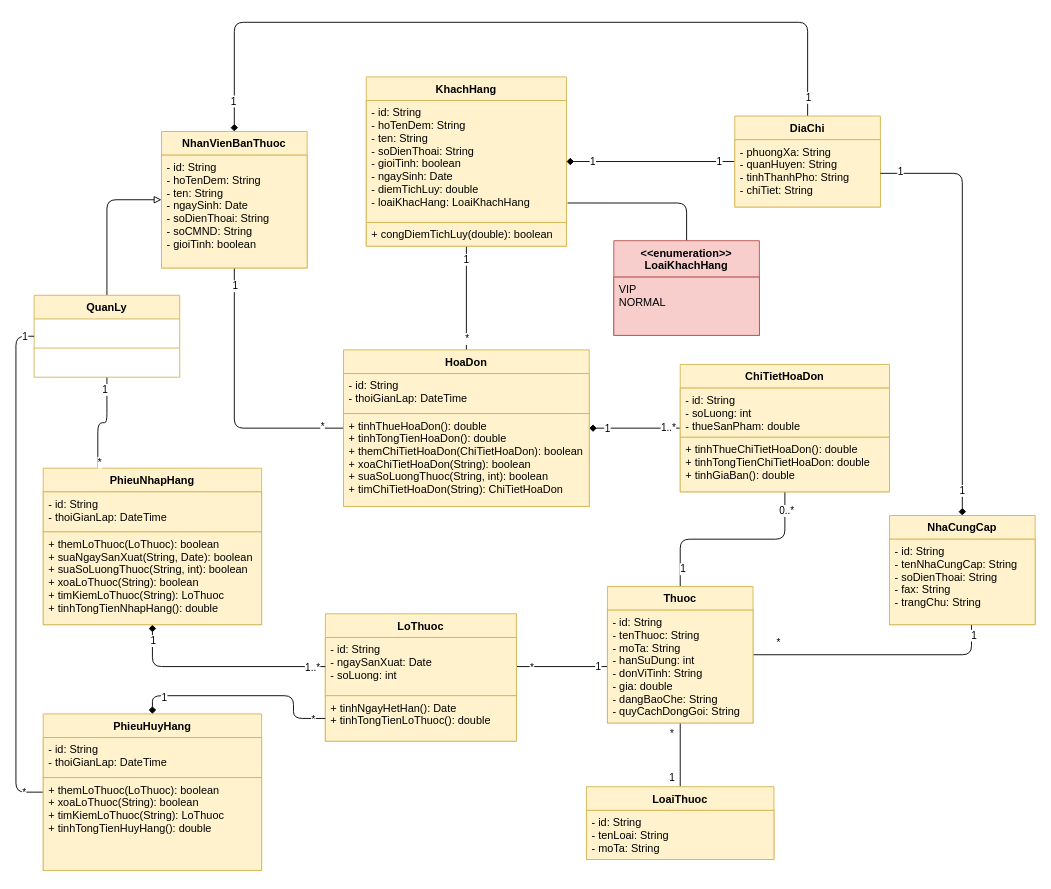
Above: phamarcy_class_diagram.drawio in duchoan6814/Truong-Duc-Hoan (draw.io), before the change. Source tidied: cells renumbered, new cells numbered last; positions are measured from the earlier drawing's top-left corner, leaving out a move shared by most shapes. Both pictures are drawn from the tidied source at 91%, with x=0, y=0 at pixel (34, 22).
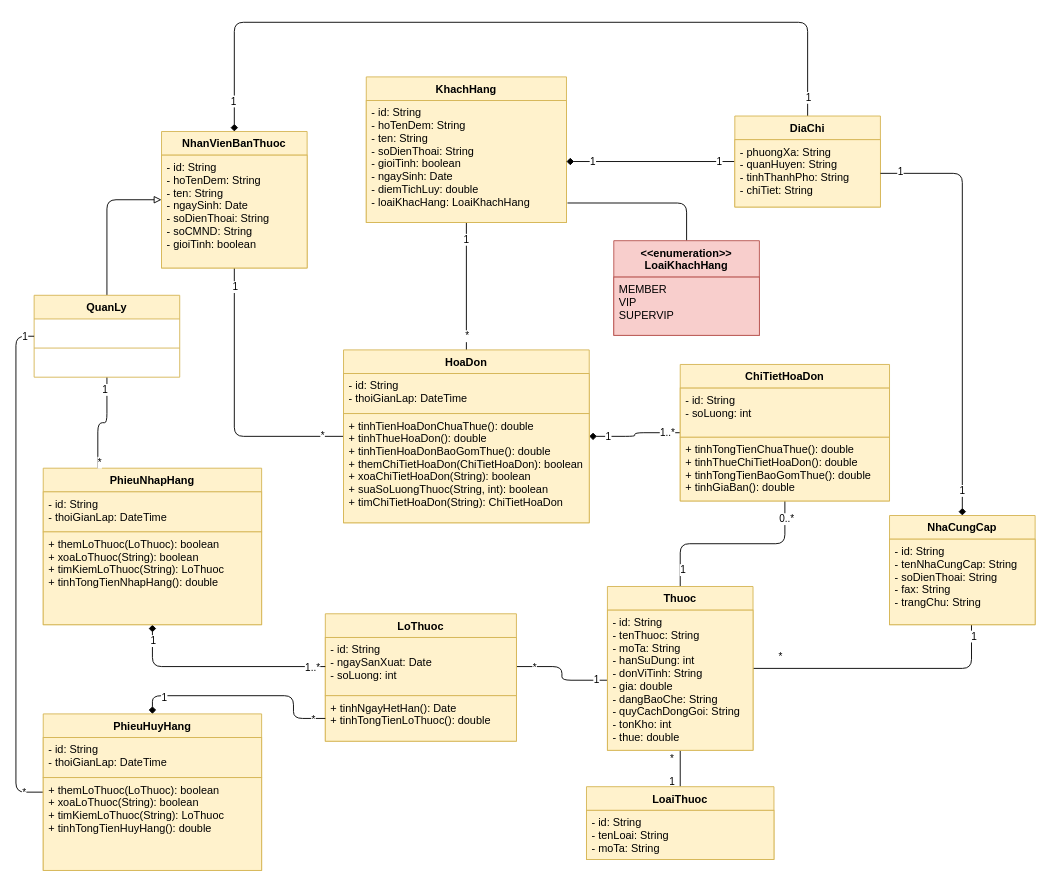
The same page after the edit.

Unchanged cells that the change refers to:
```xml
<mxCell id="44" value="&lt;&lt;enumeration&gt;&gt;&#10;LoaiKhachHang" style="swimlane;fontStyle=1;align=center;verticalAlign=top;horizontal=1;startSize=40;fillColor=#f8cecc;strokeColor=#b85450;" parent="1" vertex="1">
  <mxGeometry x="637" y="240" width="160" height="104" as="geometry" />
</mxCell>
<mxCell id="52" value="PhieuNhapHang" style="swimlane;fontStyle=1;align=center;verticalAlign=top;horizontal=1;startSize=26;fillColor=#fff2cc;strokeColor=#d6b656;" parent="1" vertex="1">
  <mxGeometry x="10" y="490" width="240" height="172" as="geometry" />
</mxCell>
```

Diff of the diagram source:
```diff
@@
     <mxCell id="23" value="KhachHang" style="swimlane;fontStyle=1;align=center;verticalAlign=top;horizontal=1;startSize=26;fillColor=#fff2cc;strokeColor=#d6b656;" parent="1" vertex="1">
-      <mxGeometry x="365" y="60" width="220" height="186" as="geometry" />
+      <mxGeometry x="365" y="60" width="220" height="160" as="geometry" />
     </mxCell>
@@
-    <mxCell id="25" value="+ congDiemTichLuy(double): boolean" style="text;strokeColor=#d6b656;fillColor=#fff2cc;align=left;verticalAlign=top;spacingLeft=4;spacingRight=4;overflow=hidden;" parent="23" vertex="1">
-      <mxGeometry y="160" width="220" height="26" as="geometry" />
-    </mxCell>
@@
     <mxCell id="34" value="HoaDon" style="swimlane;fontStyle=1;align=center;verticalAlign=top;horizontal=1;startSize=26;fillColor=#fff2cc;strokeColor=#d6b656;" parent="1" vertex="1">
-      <mxGeometry x="340" y="360" width="270" height="172" as="geometry" />
+      <mxGeometry x="340" y="360" width="270" height="190" as="geometry" />
     </mxCell>
@@
-    <mxCell id="36" value="+ tinhThueHoaDon(): double&#10;+ tinhTongTienHoaDon(): double&#10;+ themChiTietHoaDon(ChiTietHoaDon): boolean&#10;+ xoaChiTietHoaDon(String): boolean&#10;+ suaSoLuongThuoc(String, int): boolean&#10;+ timChiTietHoaDon(String): ChiTietHoaDon" style="text;strokeColor=#d6b656;fillColor=#fff2cc;align=left;verticalAlign=top;spacingLeft=4;spacingRight=4;overflow=hidden;" parent="34" vertex="1">
-      <mxGeometry y="70" width="270" height="102" as="geometry" />
+    <mxCell id="36" value="+ tinhTienHoaDonChuaThue(): double&#10;+ tinhThueHoaDon(): double&#10;+ tinhTienHoaDonBaoGomThue(): double&#10;+ themChiTietHoaDon(ChiTietHoaDon): boolean&#10;+ xoaChiTietHoaDon(String): boolean&#10;+ suaSoLuongThuoc(String, int): boolean&#10;+ timChiTietHoaDon(String): ChiTietHoaDon" style="text;strokeColor=#d6b656;fillColor=#fff2cc;align=left;verticalAlign=top;spacingLeft=4;spacingRight=4;overflow=hidden;" parent="34" vertex="1">
+      <mxGeometry y="70" width="270" height="120" as="geometry" />
     </mxCell>
@@
-    <mxCell id="45" value="VIP&#10;NORMAL" style="text;strokeColor=#b85450;fillColor=#f8cecc;align=left;verticalAlign=top;spacingLeft=4;spacingRight=4;overflow=hidden;" parent="44" vertex="1">
+    <mxCell id="45" value="MEMBER&#10;VIP&#10;SUPERVIP" style="text;strokeColor=#b85450;fillColor=#f8cecc;align=left;verticalAlign=top;spacingLeft=4;spacingRight=4;overflow=hidden;" parent="44" vertex="1">
       <mxGeometry y="40" width="160" height="64" as="geometry" />
     </mxCell>
@@
-    <mxCell id="54" value="+ themLoThuoc(LoThuoc): boolean&#10;+ suaNgaySanXuat(String, Date): boolean&#10;+ suaSoLuongThuoc(String, int): boolean&#10;+ xoaLoThuoc(String): boolean&#10;+ timKiemLoThuoc(String): LoThuoc&#10;+ tinhTongTienNhapHang(): double" style="text;strokeColor=#d6b656;fillColor=#fff2cc;align=left;verticalAlign=top;spacingLeft=4;spacingRight=4;overflow=hidden;" parent="52" vertex="1">
+    <mxCell id="54" value="+ themLoThuoc(LoThuoc): boolean&#10;+ xoaLoThuoc(String): boolean&#10;+ timKiemLoThuoc(String): LoThuoc&#10;+ tinhTongTienNhapHang(): double" style="text;strokeColor=#d6b656;fillColor=#fff2cc;align=left;verticalAlign=top;spacingLeft=4;spacingRight=4;overflow=hidden;" parent="52" vertex="1">
       <mxGeometry y="70" width="240" height="102" as="geometry" />
     </mxCell>
@@
     <mxCell id="71" value="ChiTietHoaDon" style="swimlane;fontStyle=1;align=center;verticalAlign=top;horizontal=1;startSize=26;fillColor=#fff2cc;strokeColor=#d6b656;" parent="1" vertex="1">
-      <mxGeometry x="710" y="376" width="230" height="140" as="geometry" />
+      <mxGeometry x="710" y="376" width="230" height="150" as="geometry" />
     </mxCell>
-    <mxCell id="72" value="- id: String&#10;- soLuong: int&#10;- thueSanPham: double" style="text;strokeColor=#d6b656;fillColor=#fff2cc;align=left;verticalAlign=top;spacingLeft=4;spacingRight=4;overflow=hidden;" parent="71" vertex="1">
+    <mxCell id="72" value="- id: String&#10;- soLuong: int" style="text;strokeColor=#d6b656;fillColor=#fff2cc;align=left;verticalAlign=top;spacingLeft=4;spacingRight=4;overflow=hidden;" parent="71" vertex="1">
       <mxGeometry y="26" width="230" height="54" as="geometry" />
     </mxCell>
-    <mxCell id="73" value="+ tinhThueChiTietHoaDon(): double&#10;+ tinhTongTienChiTietHoaDon: double&#10;+ tinhGiaBan(): double" style="text;strokeColor=#d6b656;fillColor=#fff2cc;align=left;verticalAlign=top;spacingLeft=4;spacingRight=4;overflow=hidden;" parent="71" vertex="1">
-      <mxGeometry y="80" width="230" height="60" as="geometry" />
+    <mxCell id="73" value="+ tinhTongTienChuaThue(): double&#10;+ tinhThueChiTietHoaDon(): double&#10;+ tinhTongTienBaoGomThue(): double&#10;+ tinhGiaBan(): double" style="text;strokeColor=#d6b656;fillColor=#fff2cc;align=left;verticalAlign=top;spacingLeft=4;spacingRight=4;overflow=hidden;" parent="71" vertex="1">
+      <mxGeometry y="80" width="230" height="70" as="geometry" />
     </mxCell>
     <mxCell id="74" value="Thuoc" style="swimlane;fontStyle=1;align=center;verticalAlign=top;horizontal=1;startSize=26;fillColor=#fff2cc;strokeColor=#d6b656;" parent="1" vertex="1">
-      <mxGeometry x="630" y="620" width="160" height="150" as="geometry" />
+      <mxGeometry x="630" y="620" width="160" height="180" as="geometry" />
     </mxCell>
-    <mxCell id="75" value="- id: String&#10;- tenThuoc: String&#10;- moTa: String&#10;- hanSuDung: int&#10;- donViTinh: String&#10;- gia: double&#10;- dangBaoChe: String&#10;- quyCachDongGoi: String" style="text;strokeColor=#d6b656;fillColor=#fff2cc;align=left;verticalAlign=top;spacingLeft=4;spacingRight=4;overflow=hidden;points=[[0,0.5],[1,0.5]];portConstraint=eastwest;" parent="74" vertex="1">
-      <mxGeometry y="26" width="160" height="124" as="geometry" />
+    <mxCell id="75" value="- id: String&#10;- tenThuoc: String&#10;- moTa: String&#10;- hanSuDung: int&#10;- donViTinh: String&#10;- gia: double&#10;- dangBaoChe: String&#10;- quyCachDongGoi: String&#10;- tonKho: int&#10;- thue: double" style="text;strokeColor=#d6b656;fillColor=#fff2cc;align=left;verticalAlign=top;spacingLeft=4;spacingRight=4;overflow=hidden;points=[[0,0.5],[1,0.5]];portConstraint=eastwest;" parent="74" vertex="1">
+      <mxGeometry y="26" width="160" height="154" as="geometry" />
     </mxCell>
```
